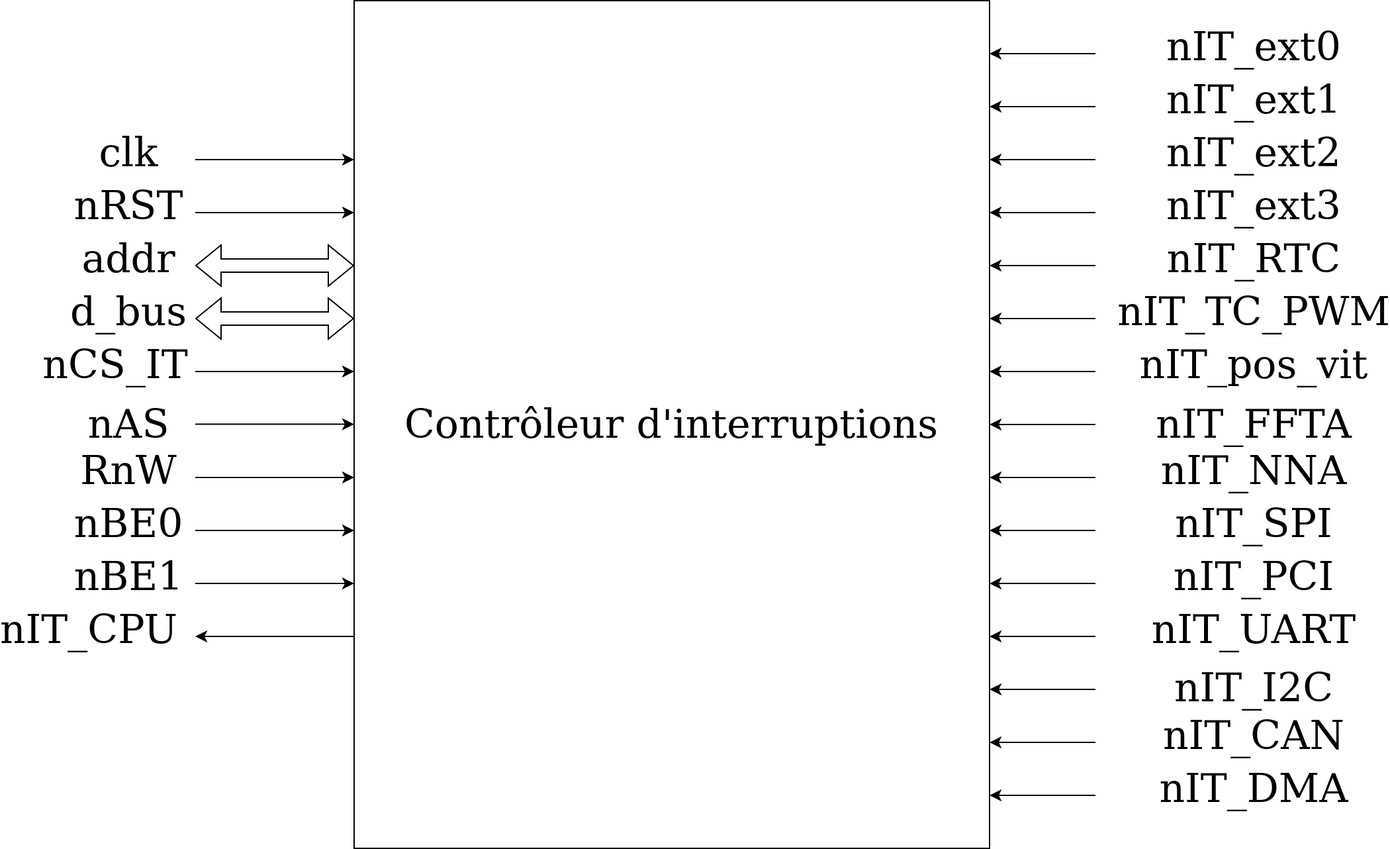
Above: report/figure/delimitation_systeme.png in FromagePatin/controller_IT (draw.io), before the change. Source tidied: cells renumbered, new cells last; positions are measured from the earlier drawing's top-left corner, leaving out a move shared by most shapes.
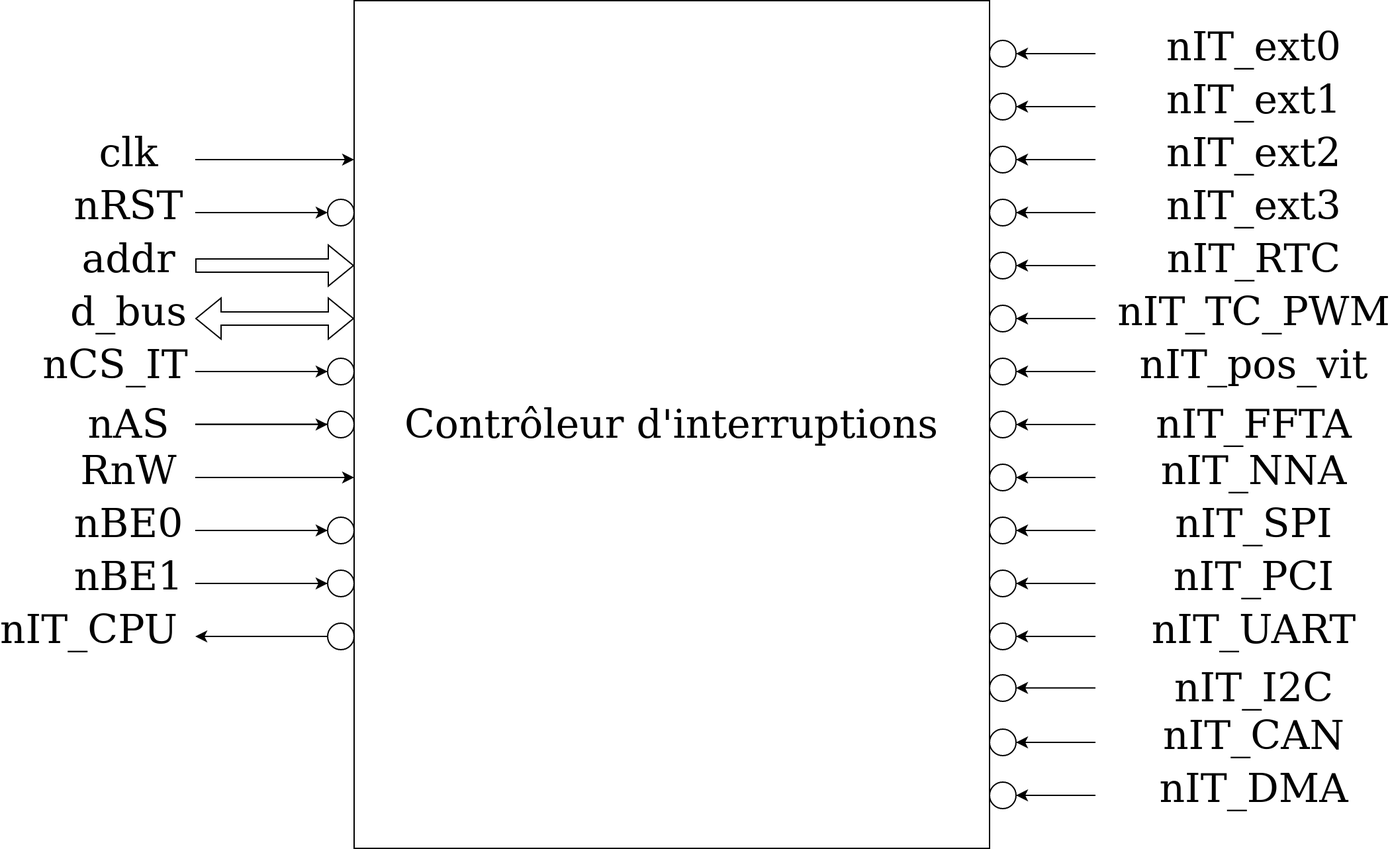
After the commit.

Change to the diagram source:
```diff
@@ -5,12 +5,6 @@
     <mxCell id="2" value="&lt;font style=&quot;font-size: 30px;&quot; face=&quot;Verdana&quot;&gt;Contrôleur d'interruptions&lt;/font&gt;" style="rounded=0;whiteSpace=wrap;html=1;" parent="1" vertex="1">
       <mxGeometry x="230" width="480" height="640" as="geometry" />
     </mxCell>
-    <mxCell id="3" style="shape=flexArrow;endArrow=classic;startArrow=classic;html=1;rounded=0;fontFamily=Verdana;fontSize=30;" parent="1" edge="1">
-      <mxGeometry relative="1" as="geometry">
-        <mxPoint x="110" y="200" as="sourcePoint" />
-        <mxPoint x="230" y="200" as="targetPoint" />
-      </mxGeometry>
-    </mxCell>
     <mxCell id="4" style="shape=flexArrow;endArrow=classic;startArrow=classic;html=1;rounded=0;fontFamily=Verdana;fontSize=30;" parent="1" edge="1">
       <mxGeometry relative="1" as="geometry">
         <mxPoint x="110" y="240" as="sourcePoint" />
@@ -23,10 +17,9 @@
         <mxPoint x="230" y="120" as="targetPoint" />
       </mxGeometry>
     </mxCell>
-    <mxCell id="6" style="endArrow=classic;html=1;rounded=0;fontFamily=Verdana;fontSize=30;" parent="1" edge="1">
+    <mxCell id="6" style="endArrow=classic;html=1;rounded=0;fontFamily=Verdana;fontSize=30;entryX=0;entryY=0.5;entryDx=0;entryDy=0;" parent="1" edge="1" target="54">
       <mxGeometry relative="1" as="geometry">
         <mxPoint x="110" y="160" as="sourcePoint" />
-        <mxPoint x="230" y="160" as="targetPoint" />
       </mxGeometry>
     </mxCell>
     <mxCell id="7" value="clk" style="text;html=1;strokeColor=none;fillColor=none;align=center;verticalAlign=middle;whiteSpace=wrap;rounded=0;fontFamily=Verdana;fontSize=30;" parent="1" vertex="1">
@@ -68,7 +61,7 @@
     <mxCell id="15" style="endArrow=classic;html=1;rounded=0;fontFamily=Verdana;fontSize=30;" parent="1" edge="1">
       <mxGeometry relative="1" as="geometry">
         <mxPoint x="790" y="40" as="sourcePoint" />
-        <mxPoint x="710" y="40" as="targetPoint" />
+        <mxPoint x="730" y="40" as="targetPoint" />
       </mxGeometry>
     </mxCell>
     <mxCell id="16" style="endArrow=classic;html=1;rounded=0;fontFamily=Verdana;fontSize=30;" parent="1" edge="1">
@@ -137,12 +130,6 @@
         <mxPoint x="710" y="480" as="targetPoint" />
       </mxGeometry>
     </mxCell>
-    <mxCell id="27" style="endArrow=classic;html=1;rounded=0;fontFamily=Verdana;fontSize=30;" parent="1" edge="1">
-      <mxGeometry relative="1" as="geometry">
-        <mxPoint x="790" y="520" as="sourcePoint" />
-        <mxPoint x="710" y="520" as="targetPoint" />
-      </mxGeometry>
-    </mxCell>
     <mxCell id="28" style="endArrow=classic;html=1;rounded=0;fontFamily=Verdana;fontSize=30;" parent="1" edge="1">
       <mxGeometry relative="1" as="geometry">
         <mxPoint x="790" y="560" as="sourcePoint" />
@@ -230,5 +217,178 @@
     <mxCell id="52" value="nCS_IT" style="text;html=1;strokeColor=none;fillColor=none;align=center;verticalAlign=middle;whiteSpace=wrap;rounded=0;fontFamily=Verdana;fontSize=30;" parent="1" vertex="1">
       <mxGeometry x="20" y="260" width="60" height="30" as="geometry" />
     </mxCell>
+    <mxCell id="53" style="shape=flexArrow;endArrow=classic;html=1;rounded=0;" parent="1" edge="1">
+      <mxGeometry relative="1" as="geometry">
+        <mxPoint x="110" y="200" as="sourcePoint" />
+        <mxPoint x="230" y="200" as="targetPoint" />
+      </mxGeometry>
+    </mxCell>
+    <mxCell id="54" style="ellipse;whiteSpace=wrap;html=1;" parent="1" vertex="1">
+      <mxGeometry x="210" y="150" width="20" height="20" as="geometry" />
+    </mxCell>
+    <mxCell id="55" style="endArrow=classic;html=1;rounded=0;fontFamily=Verdana;fontSize=30;entryX=0;entryY=0.5;entryDx=0;entryDy=0;" parent="1" edge="1" target="56">
+      <mxGeometry relative="1" as="geometry">
+        <mxPoint x="110" y="320" as="sourcePoint" />
+      </mxGeometry>
+    </mxCell>
+    <mxCell id="56" style="ellipse;whiteSpace=wrap;html=1;" parent="1" vertex="1">
+      <mxGeometry x="210" y="310" width="20" height="20" as="geometry" />
+    </mxCell>
+    <mxCell id="57" style="endArrow=classic;html=1;rounded=0;fontFamily=Verdana;fontSize=30;entryX=0;entryY=0.5;entryDx=0;entryDy=0;" parent="1" edge="1" target="58">
+      <mxGeometry relative="1" as="geometry">
+        <mxPoint x="110" y="280" as="sourcePoint" />
+      </mxGeometry>
+    </mxCell>
+    <mxCell id="58" style="ellipse;whiteSpace=wrap;html=1;" parent="1" vertex="1">
+      <mxGeometry x="210" y="270" width="20" height="20" as="geometry" />
+    </mxCell>
+    <mxCell id="59" style="endArrow=classic;html=1;rounded=0;fontFamily=Verdana;fontSize=30;entryX=0;entryY=0.5;entryDx=0;entryDy=0;" parent="1" edge="1" target="60">
+      <mxGeometry relative="1" as="geometry">
+        <mxPoint x="110" y="400" as="sourcePoint" />
+      </mxGeometry>
+    </mxCell>
+    <mxCell id="60" style="ellipse;whiteSpace=wrap;html=1;" parent="1" vertex="1">
+      <mxGeometry x="210" y="390" width="20" height="20" as="geometry" />
+    </mxCell>
+    <mxCell id="61" style="endArrow=classic;html=1;rounded=0;fontFamily=Verdana;fontSize=30;entryX=0;entryY=0.5;entryDx=0;entryDy=0;" parent="1" edge="1" target="62">
+      <mxGeometry relative="1" as="geometry">
+        <mxPoint x="110" y="440" as="sourcePoint" />
+      </mxGeometry>
+    </mxCell>
+    <mxCell id="62" style="ellipse;whiteSpace=wrap;html=1;" parent="1" vertex="1">
+      <mxGeometry x="210" y="430" width="20" height="20" as="geometry" />
+    </mxCell>
+    <mxCell id="63" style="ellipse;whiteSpace=wrap;html=1;" parent="1" vertex="1">
+      <mxGeometry x="210" y="470" width="20" height="20" as="geometry" />
+    </mxCell>
+    <mxCell id="64" style="ellipse;whiteSpace=wrap;html=1;" parent="1" vertex="1">
+      <mxGeometry x="710" y="30" width="20" height="20" as="geometry" />
+    </mxCell>
+    <mxCell id="65" style="endArrow=classic;html=1;rounded=0;fontFamily=Verdana;fontSize=30;" parent="1" edge="1">
+      <mxGeometry relative="1" as="geometry">
+        <mxPoint x="790" y="80" as="sourcePoint" />
+        <mxPoint x="730" y="80" as="targetPoint" />
+      </mxGeometry>
+    </mxCell>
+    <mxCell id="66" style="ellipse;whiteSpace=wrap;html=1;" parent="1" vertex="1">
+      <mxGeometry x="710" y="70" width="20" height="20" as="geometry" />
+    </mxCell>
+    <mxCell id="67" style="endArrow=classic;html=1;rounded=0;fontFamily=Verdana;fontSize=30;" parent="1" edge="1">
+      <mxGeometry relative="1" as="geometry">
+        <mxPoint x="790" y="120" as="sourcePoint" />
+        <mxPoint x="730" y="120" as="targetPoint" />
+      </mxGeometry>
+    </mxCell>
+    <mxCell id="68" style="ellipse;whiteSpace=wrap;html=1;" parent="1" vertex="1">
+      <mxGeometry x="710" y="110" width="20" height="20" as="geometry" />
+    </mxCell>
+    <mxCell id="69" style="endArrow=classic;html=1;rounded=0;fontFamily=Verdana;fontSize=30;" parent="1" edge="1">
+      <mxGeometry relative="1" as="geometry">
+        <mxPoint x="790" y="160" as="sourcePoint" />
+        <mxPoint x="730" y="160" as="targetPoint" />
+      </mxGeometry>
+    </mxCell>
+    <mxCell id="70" style="ellipse;whiteSpace=wrap;html=1;" parent="1" vertex="1">
+      <mxGeometry x="710" y="150" width="20" height="20" as="geometry" />
+    </mxCell>
+    <mxCell id="71" style="endArrow=classic;html=1;rounded=0;fontFamily=Verdana;fontSize=30;" parent="1" edge="1">
+      <mxGeometry relative="1" as="geometry">
+        <mxPoint x="790" y="200" as="sourcePoint" />
+        <mxPoint x="730" y="200" as="targetPoint" />
+      </mxGeometry>
+    </mxCell>
+    <mxCell id="72" style="ellipse;whiteSpace=wrap;html=1;" parent="1" vertex="1">
+      <mxGeometry x="710" y="190" width="20" height="20" as="geometry" />
+    </mxCell>
+    <mxCell id="73" style="endArrow=classic;html=1;rounded=0;fontFamily=Verdana;fontSize=30;" parent="1" edge="1">
+      <mxGeometry relative="1" as="geometry">
+        <mxPoint x="790" y="240" as="sourcePoint" />
+        <mxPoint x="730" y="240" as="targetPoint" />
+      </mxGeometry>
+    </mxCell>
+    <mxCell id="74" style="ellipse;whiteSpace=wrap;html=1;" parent="1" vertex="1">
+      <mxGeometry x="710" y="230" width="20" height="20" as="geometry" />
+    </mxCell>
+    <mxCell id="75" style="endArrow=classic;html=1;rounded=0;fontFamily=Verdana;fontSize=30;" parent="1" edge="1">
+      <mxGeometry relative="1" as="geometry">
+        <mxPoint x="790" y="280" as="sourcePoint" />
+        <mxPoint x="730" y="280" as="targetPoint" />
+      </mxGeometry>
+    </mxCell>
+    <mxCell id="76" style="ellipse;whiteSpace=wrap;html=1;" parent="1" vertex="1">
+      <mxGeometry x="710" y="270" width="20" height="20" as="geometry" />
+    </mxCell>
+    <mxCell id="77" style="endArrow=classic;html=1;rounded=0;fontFamily=Verdana;fontSize=30;" parent="1" edge="1">
+      <mxGeometry relative="1" as="geometry">
+        <mxPoint x="790" y="320" as="sourcePoint" />
+        <mxPoint x="730" y="320" as="targetPoint" />
+      </mxGeometry>
+    </mxCell>
+    <mxCell id="78" style="ellipse;whiteSpace=wrap;html=1;" parent="1" vertex="1">
+      <mxGeometry x="710" y="310" width="20" height="20" as="geometry" />
+    </mxCell>
+    <mxCell id="79" style="endArrow=classic;html=1;rounded=0;fontFamily=Verdana;fontSize=30;" parent="1" edge="1">
+      <mxGeometry relative="1" as="geometry">
+        <mxPoint x="790" y="360" as="sourcePoint" />
+        <mxPoint x="730" y="360" as="targetPoint" />
+      </mxGeometry>
+    </mxCell>
+    <mxCell id="80" style="ellipse;whiteSpace=wrap;html=1;" parent="1" vertex="1">
+      <mxGeometry x="710" y="350" width="20" height="20" as="geometry" />
+    </mxCell>
+    <mxCell id="81" style="endArrow=classic;html=1;rounded=0;fontFamily=Verdana;fontSize=30;" parent="1" edge="1">
+      <mxGeometry relative="1" as="geometry">
+        <mxPoint x="790" y="400" as="sourcePoint" />
+        <mxPoint x="730" y="400" as="targetPoint" />
+      </mxGeometry>
+    </mxCell>
+    <mxCell id="82" style="ellipse;whiteSpace=wrap;html=1;" parent="1" vertex="1">
+      <mxGeometry x="710" y="390" width="20" height="20" as="geometry" />
+    </mxCell>
+    <mxCell id="83" style="endArrow=classic;html=1;rounded=0;fontFamily=Verdana;fontSize=30;" parent="1" edge="1">
+      <mxGeometry relative="1" as="geometry">
+        <mxPoint x="790" y="440" as="sourcePoint" />
+        <mxPoint x="730" y="440" as="targetPoint" />
+      </mxGeometry>
+    </mxCell>
+    <mxCell id="84" style="ellipse;whiteSpace=wrap;html=1;" parent="1" vertex="1">
+      <mxGeometry x="710" y="430" width="20" height="20" as="geometry" />
+    </mxCell>
+    <mxCell id="85" style="endArrow=classic;html=1;rounded=0;fontFamily=Verdana;fontSize=30;" parent="1" edge="1">
+      <mxGeometry relative="1" as="geometry">
+        <mxPoint x="790" y="480" as="sourcePoint" />
+        <mxPoint x="730" y="480" as="targetPoint" />
+      </mxGeometry>
+    </mxCell>
+    <mxCell id="86" style="ellipse;whiteSpace=wrap;html=1;" parent="1" vertex="1">
+      <mxGeometry x="710" y="470" width="20" height="20" as="geometry" />
+    </mxCell>
+    <mxCell id="87" style="endArrow=classic;html=1;rounded=0;fontFamily=Verdana;fontSize=30;" parent="1" edge="1">
+      <mxGeometry relative="1" as="geometry">
+        <mxPoint x="790" y="600" as="sourcePoint" />
+        <mxPoint x="730" y="600" as="targetPoint" />
+      </mxGeometry>
+    </mxCell>
+    <mxCell id="88" style="ellipse;whiteSpace=wrap;html=1;" parent="1" vertex="1">
+      <mxGeometry x="710" y="590" width="20" height="20" as="geometry" />
+    </mxCell>
+    <mxCell id="89" style="endArrow=classic;html=1;rounded=0;fontFamily=Verdana;fontSize=30;" parent="1" edge="1">
+      <mxGeometry relative="1" as="geometry">
+        <mxPoint x="790" y="560" as="sourcePoint" />
+        <mxPoint x="730" y="560" as="targetPoint" />
+      </mxGeometry>
+    </mxCell>
+    <mxCell id="90" style="ellipse;whiteSpace=wrap;html=1;" parent="1" vertex="1">
+      <mxGeometry x="710" y="550" width="20" height="20" as="geometry" />
+    </mxCell>
+    <mxCell id="91" style="endArrow=classic;html=1;rounded=0;fontFamily=Verdana;fontSize=30;" parent="1" edge="1">
+      <mxGeometry relative="1" as="geometry">
+        <mxPoint x="790" y="518.9" as="sourcePoint" />
+        <mxPoint x="730" y="518.9" as="targetPoint" />
+      </mxGeometry>
+    </mxCell>
+    <mxCell id="92" style="ellipse;whiteSpace=wrap;html=1;" parent="1" vertex="1">
+      <mxGeometry x="710" y="509" width="20" height="20" as="geometry" />
+    </mxCell>
   </root>
 </mxGraphModel>
```
